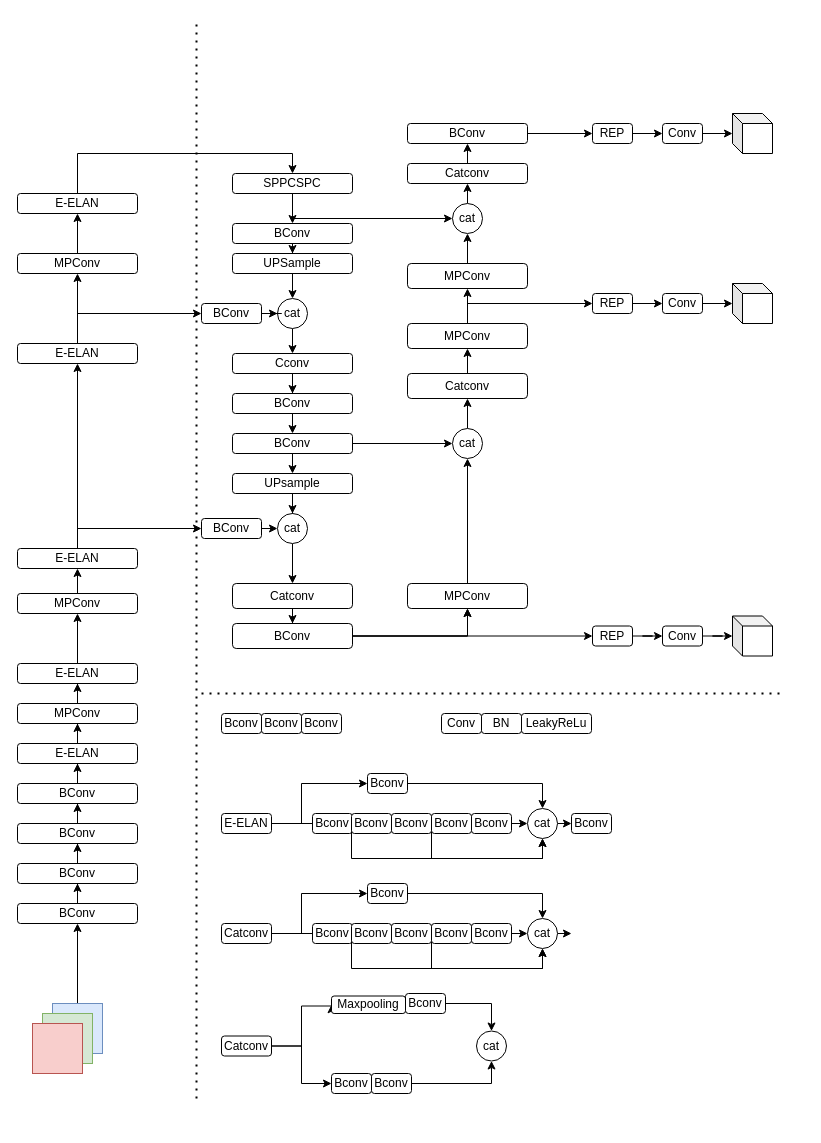
Earlier version of the draw.io diagram yolov7.drawio (YANGJUNYAN0715/papers). Source tidied: cells renumbered, new cells numbered last; positions are measured from the earlier drawing's top-left corner, leaving out a move shared by most shapes. Both pictures are drawn from the tidied source at 100%, with x=0, y=0 at pixel (17, 18).
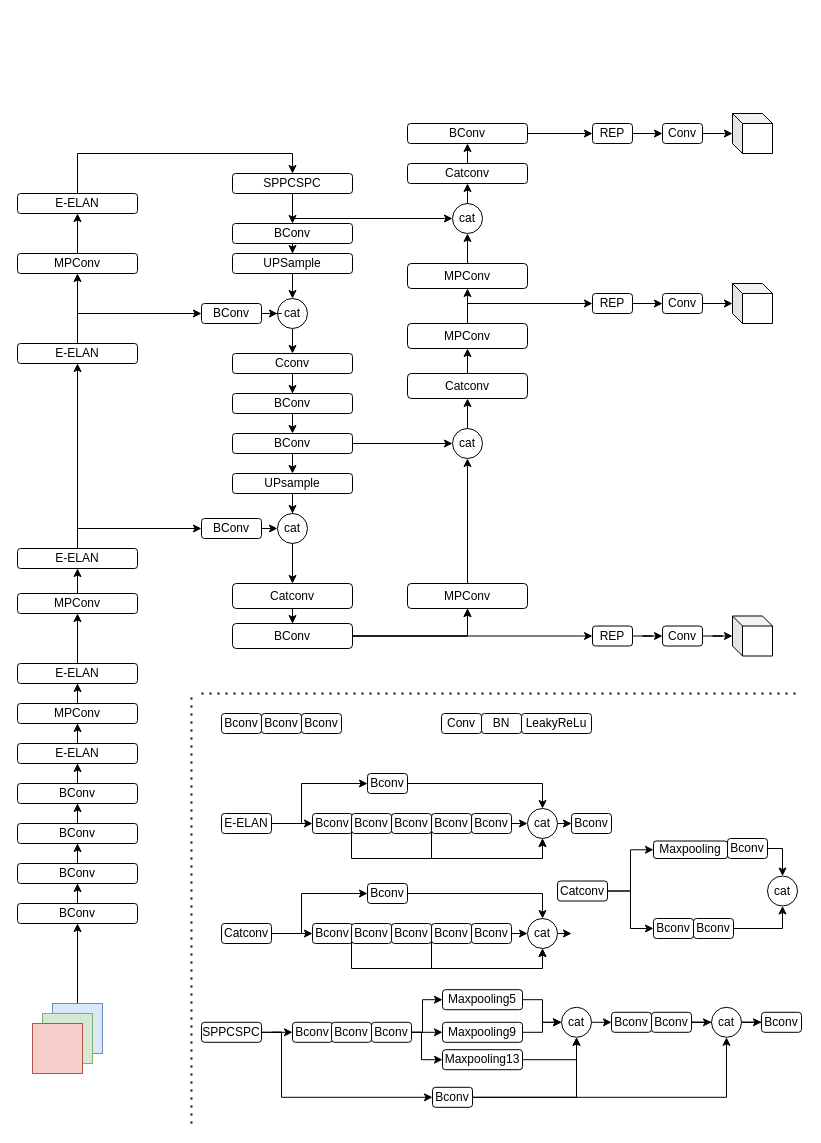
The same page after the edit.

Unchanged cells that the change refers to:
```xml
<mxCell id="104" value="E-ELAN" style="rounded=1;whiteSpace=wrap;html=1;" parent="1" vertex="1">
  <mxGeometry x="204" y="795" width="50" height="20" as="geometry" />
</mxCell>
<mxCell id="105" value="Bconv" style="rounded=1;whiteSpace=wrap;html=1;" parent="1" vertex="1">
  <mxGeometry x="295" y="795" width="40" height="20" as="geometry" />
</mxCell>
<mxCell id="115" value="Bconv" style="rounded=1;whiteSpace=wrap;html=1;" parent="1" vertex="1">
  <mxGeometry x="334" y="795" width="40" height="20" as="geometry" />
</mxCell>
<mxCell id="120" value="Catconv" style="rounded=1;whiteSpace=wrap;html=1;" parent="1" vertex="1">
  <mxGeometry x="204" y="905" width="50" height="20" as="geometry" />
</mxCell>
<mxCell id="121" value="Bconv" style="rounded=1;whiteSpace=wrap;html=1;" parent="1" vertex="1">
  <mxGeometry x="295" y="905" width="40" height="20" as="geometry" />
</mxCell>
<mxCell id="130" value="Bconv" style="rounded=1;whiteSpace=wrap;html=1;" parent="1" vertex="1">
  <mxGeometry x="334" y="905" width="40" height="20" as="geometry" />
</mxCell>
```

Change to the diagram source:
```diff
@@
-    <mxCell id="94" style="endArrow=none;dashed=1;html=1;dashPattern=1 3;strokeWidth=2;rounded=0;entryX=0.25;entryY=0;entryDx=0;entryDy=0;exitX=0.25;exitY=1;exitDx=0;exitDy=0;" parent="1" edge="1">
+    <mxCell id="94" style="endArrow=none;dashed=1;html=1;dashPattern=1 3;strokeWidth=2;rounded=0;" parent="1" edge="1">
       <mxGeometry relative="1" as="geometry">
-        <mxPoint x="179" y="1080" as="sourcePoint" />
-        <mxPoint x="179" as="targetPoint" />
+        <mxPoint x="174" y="1105" as="sourcePoint" />
+        <mxPoint x="174" y="675" as="targetPoint" />
       </mxGeometry>
     </mxCell>
-    <mxCell id="95" style="endArrow=none;dashed=1;html=1;dashPattern=1 3;strokeWidth=2;rounded=0;entryX=1;entryY=0.625;entryDx=0;entryDy=0;entryPerimeter=0;" parent="1" edge="1">
+    <mxCell id="95" style="endArrow=none;dashed=1;html=1;dashPattern=1 3;strokeWidth=2;rounded=0;" parent="1" edge="1">
       <mxGeometry relative="1" as="geometry">
         <mxPoint x="184" y="675" as="sourcePoint" />
-        <mxPoint x="764" y="675" as="targetPoint" />
+        <mxPoint x="784" y="675" as="targetPoint" />
       </mxGeometry>
     </mxCell>
@@
-    <mxCell id="102" style="edgeStyle=orthogonalEdgeStyle;rounded=0;jettySize=auto;html=1;" parent="1" edge="1" source="104" target="115">
-      <mxGeometry relative="1" as="geometry" />
-    </mxCell>
@@
+    <mxCell id="143" style="edgeStyle=orthogonalEdgeStyle;rounded=0;jettySize=auto;html=1;exitX=1;exitY=0.5;exitDx=0;exitDy=0;entryX=0;entryY=0.5;entryDx=0;entryDy=0;" parent="1" edge="1" source="104" target="105">
+      <mxGeometry relative="1" as="geometry" />
+    </mxCell>
@@
-    <mxCell id="118" style="edgeStyle=orthogonalEdgeStyle;rounded=0;jettySize=auto;html=1;" parent="1" edge="1" source="120" target="130">
-      <mxGeometry relative="1" as="geometry" />
-    </mxCell>
@@
+    <mxCell id="144" style="edgeStyle=orthogonalEdgeStyle;rounded=0;jettySize=auto;html=1;exitX=1;exitY=0.5;exitDx=0;exitDy=0;entryX=0;entryY=0.5;entryDx=0;entryDy=0;" parent="1" edge="1" source="120" target="121">
+      <mxGeometry relative="1" as="geometry" />
+    </mxCell>
@@
+    <mxCell id="134" style="edgeStyle=orthogonalEdgeStyle;rounded=0;jettySize=auto;html=1;exitX=1;exitY=0.5;exitDx=0;exitDy=0;entryX=0;entryY=0.5;entryDx=0;entryDy=0;" parent="1" edge="1" source="135" target="136">
+      <mxGeometry relative="1" as="geometry" />
+    </mxCell>
     <mxCell id="133" style="edgeStyle=orthogonalEdgeStyle;rounded=0;jettySize=auto;html=1;exitX=1;exitY=0.5;exitDx=0;exitDy=0;entryX=0;entryY=0.5;entryDx=0;entryDy=0;" parent="1" edge="1" source="135" target="137">
-      <mxGeometry relative="1" as="geometry">
-        <Array as="points">
-          <mxPoint x="284" y="1027.5" />
-          <mxPoint x="284" y="987.5" />
-        </Array>
-      </mxGeometry>
+      <mxGeometry relative="1" as="geometry" />
     </mxCell>
-    <mxCell id="134" style="edgeStyle=orthogonalEdgeStyle;rounded=0;jettySize=auto;html=1;exitX=1;exitY=0.5;exitDx=0;exitDy=0;entryX=0;entryY=0.5;entryDx=0;entryDy=0;" parent="1" edge="1" source="135" target="136">
-      <mxGeometry relative="1" as="geometry" />
-    </mxCell>
     <mxCell id="135" value="Catconv" style="rounded=1;whiteSpace=wrap;html=1;" parent="1" vertex="1">
-      <mxGeometry x="204" y="1017.5" width="50" height="20" as="geometry" />
+      <mxGeometry x="540" y="862.5" width="50" height="20" as="geometry" />
     </mxCell>
     <mxCell id="136" value="Bconv" style="rounded=1;whiteSpace=wrap;html=1;" parent="1" vertex="1">
-      <mxGeometry x="314" y="1055" width="40" height="20" as="geometry" />
+      <mxGeometry x="636" y="900" width="40" height="20" as="geometry" />
     </mxCell>
     <mxCell id="137" value="Maxpooling" style="rounded=1;whiteSpace=wrap;html=1;" parent="1" vertex="1">
-      <mxGeometry x="314" y="977.5" width="74" height="17.5" as="geometry" />
+      <mxGeometry x="636" y="822.5" width="74" height="17.5" as="geometry" />
     </mxCell>
@@
     <mxCell id="139" value="Bconv" style="rounded=1;whiteSpace=wrap;html=1;" parent="1" vertex="1">
-      <mxGeometry x="354" y="1055" width="40" height="20" as="geometry" />
+      <mxGeometry x="676" y="900" width="40" height="20" as="geometry" />
     </mxCell>
@@
     <mxCell id="141" value="Bconv" style="rounded=1;whiteSpace=wrap;html=1;" parent="1" vertex="1">
-      <mxGeometry x="388" y="975" width="40" height="20" as="geometry" />
+      <mxGeometry x="710" y="820" width="40" height="20" as="geometry" />
     </mxCell>
     <mxCell id="142" value="cat" style="ellipse;whiteSpace=wrap;html=1;rounded=1;" parent="1" vertex="1">
-      <mxGeometry x="459" y="1012.5" width="30" height="30" as="geometry" />
+      <mxGeometry x="750" y="857.5" width="30" height="30" as="geometry" />
     </mxCell>
+    <mxCell id="145" style="edgeStyle=orthogonalEdgeStyle;rounded=0;jettySize=auto;html=1;exitX=1;exitY=0.5;exitDx=0;exitDy=0;" parent="1" edge="1" source="147" target="148">
+      <mxGeometry relative="1" as="geometry" />
+    </mxCell>
+    <mxCell id="146" style="edgeStyle=orthogonalEdgeStyle;rounded=0;jettySize=auto;html=1;exitX=1;exitY=0.5;exitDx=0;exitDy=0;entryX=0;entryY=0.5;entryDx=0;entryDy=0;" parent="1" edge="1" source="147" target="170">
+      <mxGeometry relative="1" as="geometry">
+        <Array as="points">
+          <mxPoint x="264" y="1013.8" />
+          <mxPoint x="264" y="1078.8" />
+        </Array>
+      </mxGeometry>
+    </mxCell>
+    <mxCell id="147" value="SPPCSPC" style="rounded=1;whiteSpace=wrap;html=1;" parent="1" vertex="1">
+      <mxGeometry x="184" y="1003.8" width="60" height="20" as="geometry" />
+    </mxCell>
+    <mxCell id="148" value="Bconv" style="rounded=1;whiteSpace=wrap;html=1;" parent="1" vertex="1">
+      <mxGeometry x="275" y="1003.8" width="40" height="20" as="geometry" />
+    </mxCell>
+    <mxCell id="149" style="edgeStyle=orthogonalEdgeStyle;rounded=0;jettySize=auto;html=1;exitX=1;exitY=0.5;exitDx=0;exitDy=0;entryX=0;entryY=0.5;entryDx=0;entryDy=0;" parent="1" edge="1" source="152" target="159">
+      <mxGeometry relative="1" as="geometry" />
+    </mxCell>
+    <mxCell id="150" style="edgeStyle=orthogonalEdgeStyle;rounded=0;jettySize=auto;html=1;exitX=1;exitY=0.5;exitDx=0;exitDy=0;entryX=0;entryY=0.5;entryDx=0;entryDy=0;" parent="1" edge="1" source="152" target="157">
+      <mxGeometry relative="1" as="geometry">
+        <Array as="points">
+          <mxPoint x="405" y="1013.8" />
+          <mxPoint x="405" y="981.8" />
+        </Array>
+      </mxGeometry>
+    </mxCell>
+    <mxCell id="151" style="edgeStyle=orthogonalEdgeStyle;rounded=0;jettySize=auto;html=1;exitX=1;exitY=0.5;exitDx=0;exitDy=0;entryX=0;entryY=0.5;entryDx=0;entryDy=0;" parent="1" edge="1" source="152" target="161">
+      <mxGeometry relative="1" as="geometry">
+        <Array as="points">
+          <mxPoint x="404" y="1013.8" />
+          <mxPoint x="404" y="1041.8" />
+        </Array>
+      </mxGeometry>
+    </mxCell>
+    <mxCell id="152" value="Bconv" style="rounded=1;whiteSpace=wrap;html=1;" parent="1" vertex="1">
+      <mxGeometry x="354" y="1003.8" width="40" height="20" as="geometry" />
+    </mxCell>
+    <mxCell id="153" value="Bconv" style="rounded=1;whiteSpace=wrap;html=1;" parent="1" vertex="1">
+      <mxGeometry x="314" y="1003.8" width="40" height="20" as="geometry" />
+    </mxCell>
+    <mxCell id="154" style="edgeStyle=orthogonalEdgeStyle;rounded=0;jettySize=auto;html=1;exitX=1;exitY=0.5;exitDx=0;exitDy=0;entryX=0;entryY=0.5;entryDx=0;entryDy=0;" parent="1" edge="1" source="155" target="162">
+      <mxGeometry relative="1" as="geometry" />
+    </mxCell>
+    <mxCell id="155" value="cat" style="ellipse;whiteSpace=wrap;html=1;rounded=1;" parent="1" vertex="1">
+      <mxGeometry x="544" y="988.8" width="30" height="30" as="geometry" />
+    </mxCell>
+    <mxCell id="156" style="edgeStyle=orthogonalEdgeStyle;rounded=0;jettySize=auto;html=1;exitX=1;exitY=0.5;exitDx=0;exitDy=0;entryX=0;entryY=0.5;entryDx=0;entryDy=0;" parent="1" edge="1" source="157" target="155">
+      <mxGeometry relative="1" as="geometry" />
+    </mxCell>
+    <mxCell id="157" value="Maxpooling5" style="rounded=1;whiteSpace=wrap;html=1;" parent="1" vertex="1">
+      <mxGeometry x="425" y="971.2" width="80" height="20" as="geometry" />
+    </mxCell>
+    <mxCell id="158" style="edgeStyle=orthogonalEdgeStyle;rounded=0;jettySize=auto;html=1;exitX=1;exitY=0.5;exitDx=0;exitDy=0;entryX=0;entryY=0.5;entryDx=0;entryDy=0;" parent="1" edge="1" source="159" target="155">
+      <mxGeometry relative="1" as="geometry" />
+    </mxCell>
+    <mxCell id="159" value="Maxpooling9" style="rounded=1;whiteSpace=wrap;html=1;" parent="1" vertex="1">
+      <mxGeometry x="425" y="1003.8" width="80" height="20" as="geometry" />
+    </mxCell>
+    <mxCell id="160" style="edgeStyle=orthogonalEdgeStyle;rounded=0;jettySize=auto;html=1;exitX=1;exitY=0.5;exitDx=0;exitDy=0;entryX=0.5;entryY=1;entryDx=0;entryDy=0;" parent="1" edge="1" source="161" target="155">
+      <mxGeometry relative="1" as="geometry" />
+    </mxCell>
+    <mxCell id="161" value="Maxpooling13" style="rounded=1;whiteSpace=wrap;html=1;" parent="1" vertex="1">
+      <mxGeometry x="425" y="1031.2" width="80" height="20" as="geometry" />
+    </mxCell>
+    <mxCell id="162" value="Bconv" style="rounded=1;whiteSpace=wrap;html=1;" parent="1" vertex="1">
+      <mxGeometry x="594" y="993.8" width="40" height="20" as="geometry" />
+    </mxCell>
+    <mxCell id="163" style="edgeStyle=orthogonalEdgeStyle;rounded=0;jettySize=auto;html=1;" parent="1" edge="1" source="164" target="166">
+      <mxGeometry relative="1" as="geometry" />
+    </mxCell>
+    <mxCell id="164" value="Bconv" style="rounded=1;whiteSpace=wrap;html=1;" parent="1" vertex="1">
+      <mxGeometry x="634" y="993.8" width="40" height="20" as="geometry" />
+    </mxCell>
+    <mxCell id="165" style="edgeStyle=orthogonalEdgeStyle;rounded=0;jettySize=auto;html=1;" parent="1" edge="1" source="166" target="167">
+      <mxGeometry relative="1" as="geometry" />
+    </mxCell>
+    <mxCell id="166" value="cat" style="ellipse;whiteSpace=wrap;html=1;rounded=1;" parent="1" vertex="1">
+      <mxGeometry x="694" y="988.8" width="30" height="30" as="geometry" />
+    </mxCell>
+    <mxCell id="167" value="Bconv" style="rounded=1;whiteSpace=wrap;html=1;" parent="1" vertex="1">
+      <mxGeometry x="744" y="993.8" width="40" height="20" as="geometry" />
+    </mxCell>
+    <mxCell id="168" style="edgeStyle=orthogonalEdgeStyle;rounded=0;jettySize=auto;html=1;exitX=1;exitY=0.5;exitDx=0;exitDy=0;entryX=0.5;entryY=1;entryDx=0;entryDy=0;" parent="1" edge="1" source="170" target="155">
+      <mxGeometry relative="1" as="geometry" />
+    </mxCell>
+    <mxCell id="169" style="edgeStyle=orthogonalEdgeStyle;rounded=0;jettySize=auto;html=1;exitX=1;exitY=0.5;exitDx=0;exitDy=0;entryX=0.5;entryY=1;entryDx=0;entryDy=0;" parent="1" edge="1" source="170" target="166">
+      <mxGeometry relative="1" as="geometry" />
+    </mxCell>
+    <mxCell id="170" value="Bconv" style="rounded=1;whiteSpace=wrap;html=1;" parent="1" vertex="1">
+      <mxGeometry x="415" y="1068.8" width="40" height="20" as="geometry" />
+    </mxCell>
```
